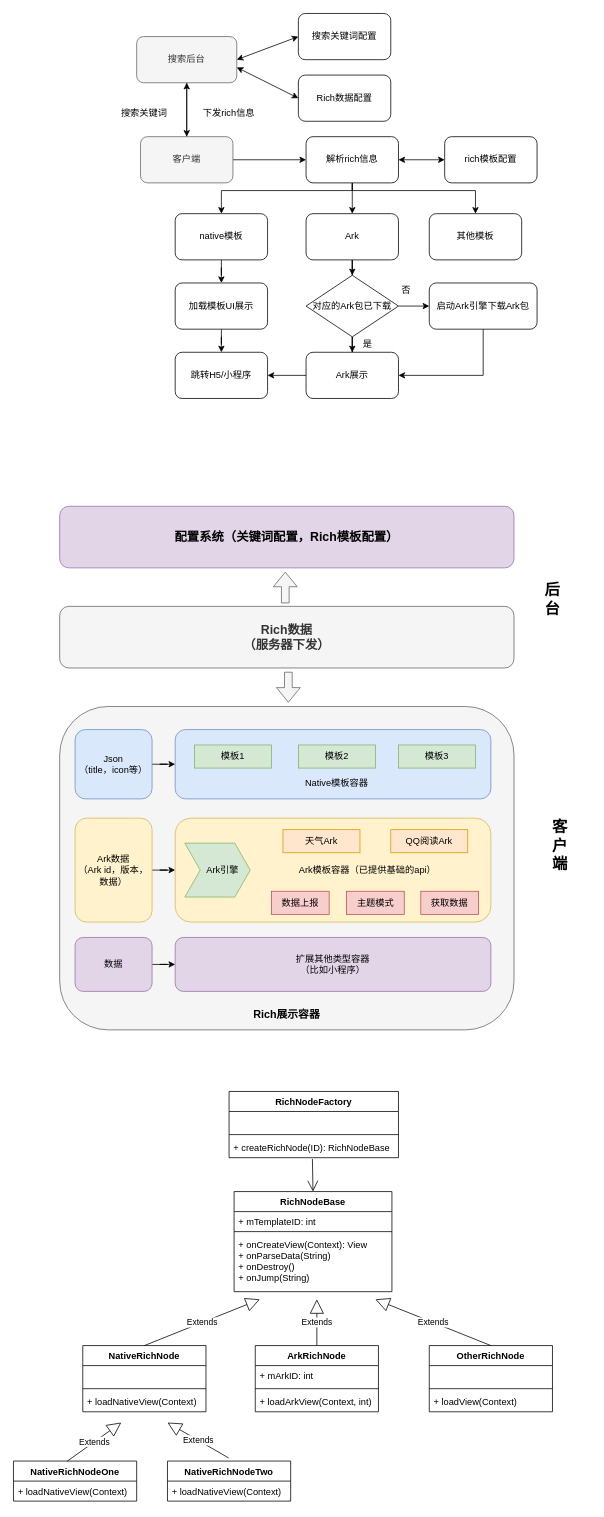
Earlier version of the draw.io diagram page "Ark" (3 of 3) of t3.drawio (wind1096471134/Brainstorming). Source tidied: cells renumbered, new cells numbered last; positions are measured from the earlier drawing's top-left corner, leaving out a move shared by most shapes. Both pictures are drawn from the tidied source at 77%, with x=0, y=0 at pixel (13, 13).
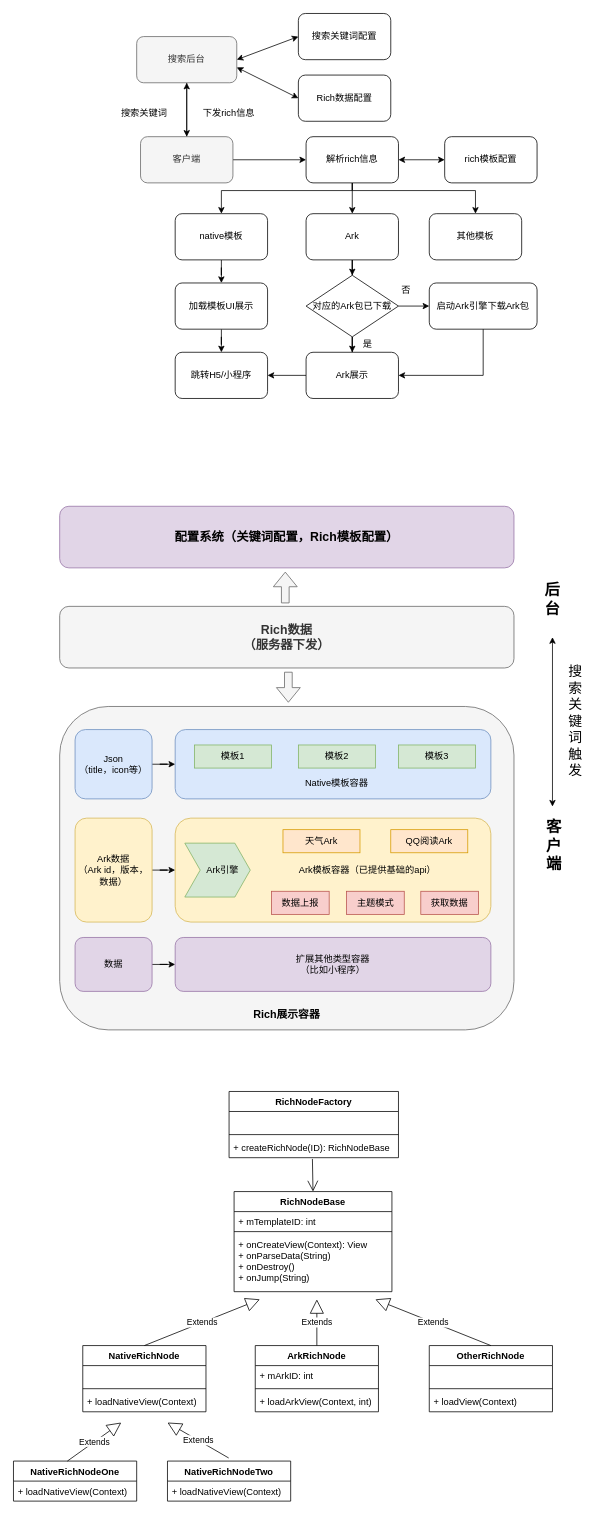
After the change.

The edit, as a diff of the source:
```diff
@@
     <mxCell id="94" value="&lt;font style=&quot;font-size: 20px&quot;&gt;&lt;b&gt;客&lt;br&gt;户端&lt;br&gt;&lt;/b&gt;&lt;/font&gt;" style="text;html=1;strokeColor=none;fillColor=none;align=center;verticalAlign=middle;whiteSpace=wrap;rounded=0;" parent="1" vertex="1">
-      <mxGeometry x="690" y="1070" width="40" height="20" as="geometry" />
+      <mxGeometry x="682" y="1070" width="40" height="20" as="geometry" />
     </mxCell>
@@
+    <mxCell id="96" style="endArrow=classic;startArrow=classic;html=1;" parent="1" edge="1">
+      <mxGeometry relative="1" as="geometry">
+        <mxPoint x="700" y="1030" as="sourcePoint" />
+        <mxPoint x="700" y="810" as="targetPoint" />
+      </mxGeometry>
+    </mxCell>
+    <mxCell id="97" value="搜&lt;br style=&quot;font-size: 18px;&quot;&gt;索&lt;br style=&quot;font-size: 18px;&quot;&gt;关&lt;br style=&quot;font-size: 18px;&quot;&gt;键&lt;br style=&quot;font-size: 18px;&quot;&gt;词&lt;br style=&quot;font-size: 18px;&quot;&gt;触&lt;br style=&quot;font-size: 18px;&quot;&gt;发" style="text;html=1;strokeColor=none;fillColor=none;align=center;verticalAlign=middle;whiteSpace=wrap;rounded=0;fontSize=18;" parent="1" vertex="1">
+      <mxGeometry x="710" y="910" width="40" height="20" as="geometry" />
+    </mxCell>
```
